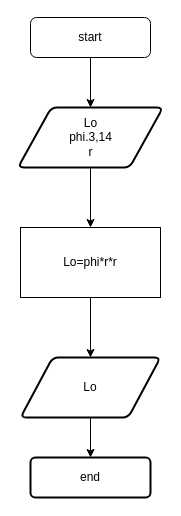
This is Untitled Diagram.drawio from eevnsm/algo_C_23241105, a draw.io file, before an edit. Source tidied: cells renumbered, new cells numbered last; positions are measured from the earlier drawing's top-left corner, leaving out a move shared by most shapes. Both pictures are drawn from the tidied source at 100%, with x=0, y=0 at pixel (18, 17).
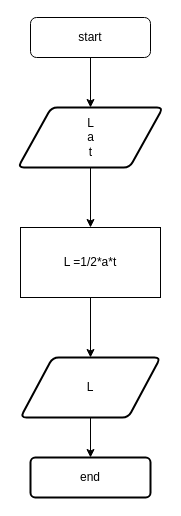
The same page after the edit.

Commit message:
Menghitung luas segitiga.drawio

Change to the diagram source:
```diff
@@
 <mxGraphModel>
   <root>
     <mxCell id="0" />
     <mxCell id="1" parent="0" />
     <mxCell id="2" style="edgeStyle=orthogonalEdgeStyle;rounded=0;jettySize=auto;html=1;exitX=0.5;exitY=1;exitDx=0;exitDy=0;entryX=0.5;entryY=0;entryDx=0;entryDy=0;" parent="1" edge="1" source="3" target="5">
       <mxGeometry relative="1" as="geometry" />
     </mxCell>
     <mxCell id="3" value="start" style="rounded=1;whiteSpace=wrap;html=1;fontSize=12;glass=0;strokeWidth=1;shadow=0;" parent="1" vertex="1">
       <mxGeometry x="12" width="120" height="40" as="geometry" />
     </mxCell>
     <mxCell id="4" style="edgeStyle=orthogonalEdgeStyle;rounded=0;jettySize=auto;html=1;exitX=0.5;exitY=1;exitDx=0;exitDy=0;entryX=0.5;entryY=0;entryDx=0;entryDy=0;" parent="1" edge="1" source="5" target="8">
       <mxGeometry relative="1" as="geometry" />
     </mxCell>
-    <mxCell id="5" value="&lt;div&gt;Lo&lt;/div&gt;&lt;div&gt;phi.3,14&lt;/div&gt;&lt;div&gt;r&lt;br&gt;&lt;/div&gt;" style="shape=parallelogram;html=1;strokeWidth=2;perimeter=parallelogramPerimeter;whiteSpace=wrap;rounded=1;arcSize=12;size=0.23;" parent="1" vertex="1">
+    <mxCell id="5" value="&lt;div&gt;L&lt;br&gt;&lt;/div&gt;&lt;div&gt;a&lt;/div&gt;&lt;div&gt;t&lt;br&gt;&lt;/div&gt;" style="shape=parallelogram;html=1;strokeWidth=2;perimeter=parallelogramPerimeter;whiteSpace=wrap;rounded=1;arcSize=12;size=0.23;" parent="1" vertex="1">
       <mxGeometry x="-0.5" y="90" width="145" height="60" as="geometry" />
     </mxCell>
     <mxCell id="6" value="end" style="rounded=1;whiteSpace=wrap;html=1;strokeWidth=2;arcSize=12;" parent="1" vertex="1">
       <mxGeometry x="12" y="440" width="120" height="40" as="geometry" />
     </mxCell>
     <mxCell id="7" style="edgeStyle=orthogonalEdgeStyle;rounded=0;jettySize=auto;html=1;exitX=0.5;exitY=1;exitDx=0;exitDy=0;" parent="1" edge="1" source="8" target="10">
       <mxGeometry relative="1" as="geometry" />
     </mxCell>
-    <mxCell id="8" value="Lo=phi*r*r" style="rounded=0;whiteSpace=wrap;html=1;" parent="1" vertex="1">
+    <mxCell id="8" value="L =1/2*a*t" style="rounded=0;whiteSpace=wrap;html=1;" parent="1" vertex="1">
       <mxGeometry x="2" y="210" width="140" height="70" as="geometry" />
     </mxCell>
     <mxCell id="9" style="edgeStyle=orthogonalEdgeStyle;rounded=0;jettySize=auto;html=1;exitX=0.5;exitY=1;exitDx=0;exitDy=0;entryX=0.5;entryY=0;entryDx=0;entryDy=0;" parent="1" edge="1" source="10" target="6">
       <mxGeometry relative="1" as="geometry" />
     </mxCell>
-    <mxCell id="10" value="Lo" style="shape=parallelogram;html=1;strokeWidth=2;perimeter=parallelogramPerimeter;whiteSpace=wrap;rounded=1;arcSize=12;size=0.23;" parent="1" vertex="1">
+    <mxCell id="10" value="L" style="shape=parallelogram;html=1;strokeWidth=2;perimeter=parallelogramPerimeter;whiteSpace=wrap;rounded=1;arcSize=12;size=0.23;" parent="1" vertex="1">
       <mxGeometry x="2" y="340" width="140" height="60" as="geometry" />
     </mxCell>
   </root>
 </mxGraphModel>
```
